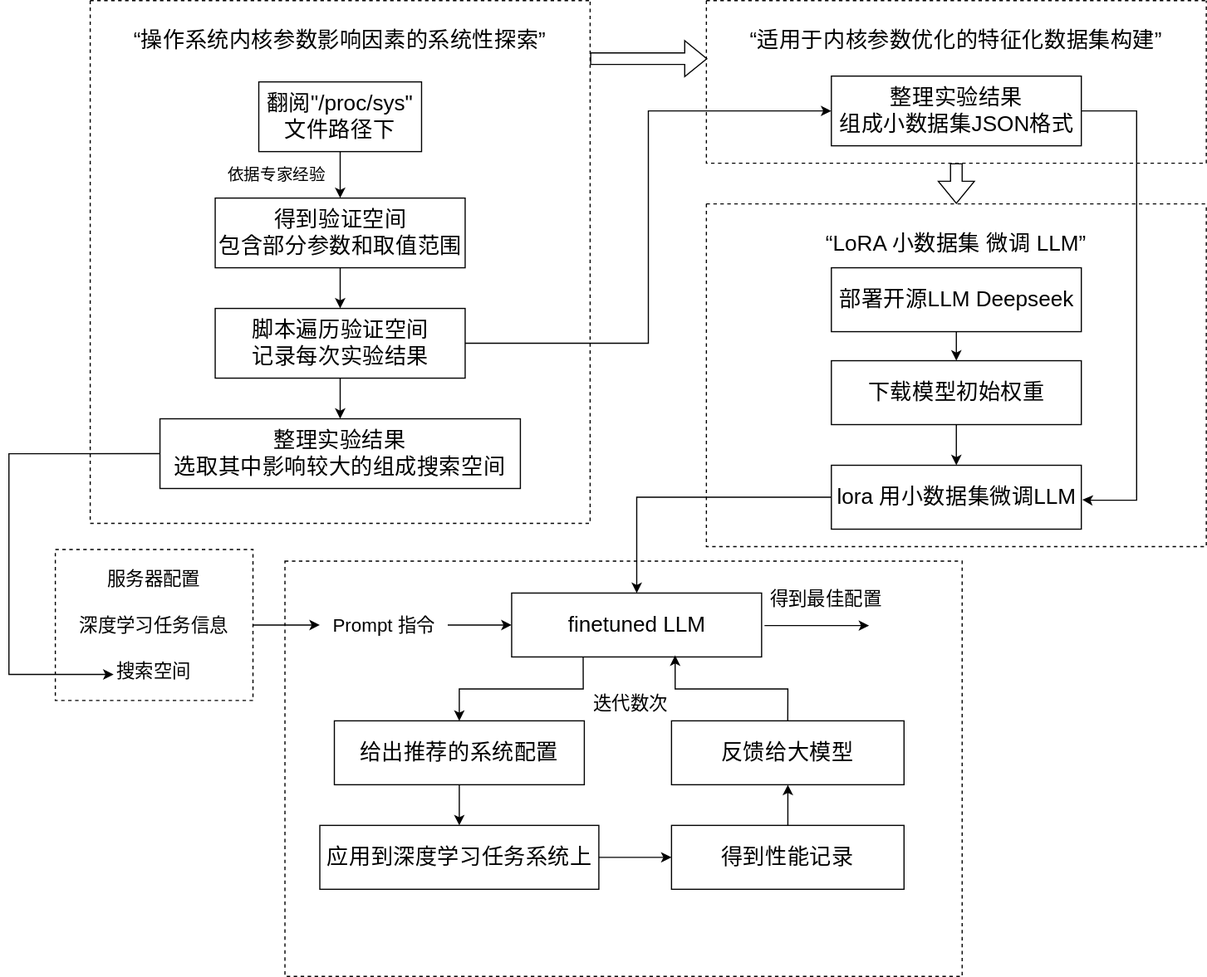
Before: Lora.svg, a diagram exported from draw.io (Dong-J93/_pictures). Source tidied: cells renumbered, new cells last; positions are measured from the earlier drawing's top-left corner, leaving out a move shared by most shapes.
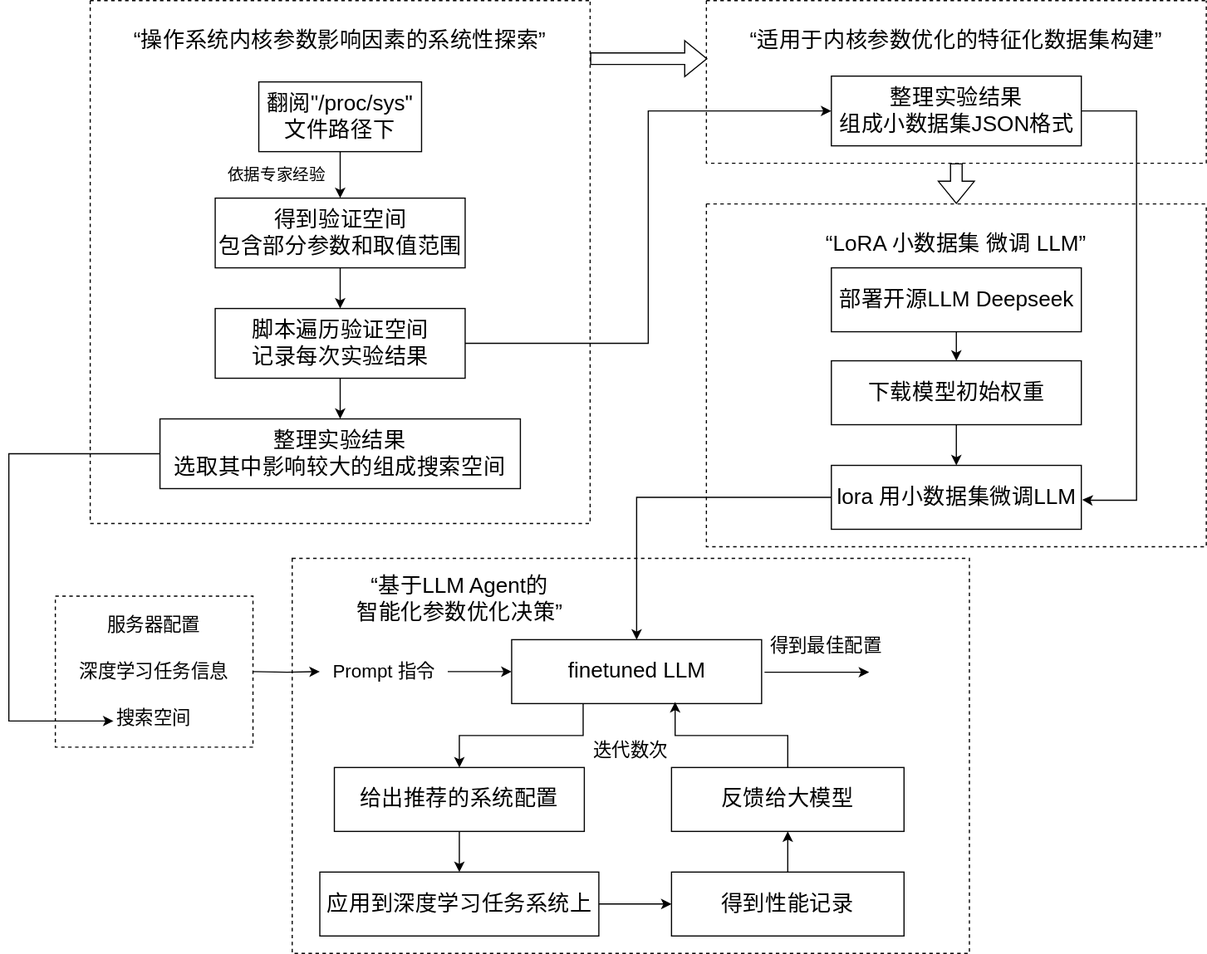
The same file after the commit.

Change to the diagram source:
```diff
@@ -2,14 +2,19 @@
   <root>
     <mxCell id="0" />
     <mxCell id="1" parent="0" />
+    <mxCell id="48" style="rounded=0;whiteSpace=wrap;html=1;fillColor=none;dashed=1;" parent="1" vertex="1">
+      <mxGeometry x="243.8" y="440" width="582.5" height="340" as="geometry" />
+    </mxCell>
-    <mxCell id="2" style="edgeStyle=orthogonalEdgeStyle;rounded=0;jettySize=auto;html=1;" parent="1" edge="1" source="3" target="32">
-      <mxGeometry relative="1" as="geometry" />
+    <mxCell id="2" style="edgeStyle=orthogonalEdgeStyle;rounded=0;jettySize=auto;html=1;" parent="1" edge="1" target="32">
+      <mxGeometry relative="1" as="geometry">
+        <mxPoint x="210" y="537.5" as="sourcePoint" />
+      </mxGeometry>
     </mxCell>
     <mxCell id="3" style="rounded=0;whiteSpace=wrap;html=1;fillColor=none;dashed=1;" parent="1" vertex="1">
       <mxGeometry x="40" y="472.5" width="170" height="130" as="geometry" />
     </mxCell>
     <mxCell id="4" style="swimlane;startSize=0;dashed=1;" parent="1" vertex="1">
-      <mxGeometry x="70" width="430" height="450" as="geometry" />
+      <mxGeometry x="70" y="-40" width="430" height="450" as="geometry" />
     </mxCell>
     <mxCell id="5" style="edgeStyle=orthogonalEdgeStyle;rounded=0;jettySize=auto;html=1;" parent="4" edge="1" source="6" target="9">
       <mxGeometry relative="1" as="geometry" />
@@ -39,7 +44,7 @@
       <mxGeometry x="107.5" y="265" width="215" height="60" as="geometry" />
     </mxCell>
     <mxCell id="14" style="swimlane;startSize=0;dashed=1;" parent="1" vertex="1">
-      <mxGeometry x="600" width="430" height="140" as="geometry" />
+      <mxGeometry x="600" y="-40" width="430" height="140" as="geometry" />
     </mxCell>
     <mxCell id="15" value="&lt;span style=&quot;font-size: 18.6667px;&quot;&gt;整理实验结果&lt;/span&gt;&lt;div&gt;&lt;span style=&quot;font-size: 18.6667px;&quot;&gt;组成小数据集JSON格式&lt;/span&gt;&lt;/div&gt;" style="rounded=0;whiteSpace=wrap;html=1;" parent="14" vertex="1">
       <mxGeometry x="107.5" y="65" width="215" height="60" as="geometry" />
@@ -49,15 +54,15 @@
     </mxCell>
     <mxCell id="17" style="shape=flexArrow;endArrow=classic;html=1;rounded=0;entryX=0.01;entryY=0.483;entryDx=0;entryDy=0;entryPerimeter=0;exitX=1.008;exitY=0.483;exitDx=0;exitDy=0;exitPerimeter=0;" parent="1" edge="1">
       <mxGeometry relative="1" as="geometry">
-        <mxPoint x="500" y="50" as="sourcePoint" />
-        <mxPoint x="600.9" y="50" as="targetPoint" />
+        <mxPoint x="500" y="10" as="sourcePoint" />
+        <mxPoint x="600.9" y="10" as="targetPoint" />
       </mxGeometry>
     </mxCell>
     <mxCell id="18" style="edgeStyle=orthogonalEdgeStyle;rounded=0;jettySize=auto;html=1;exitX=1;exitY=0.5;exitDx=0;exitDy=0;entryX=0;entryY=0.5;entryDx=0;entryDy=0;" parent="1" edge="1" source="13" target="15">
       <mxGeometry relative="1" as="geometry" />
     </mxCell>
     <mxCell id="19" style="swimlane;startSize=0;dashed=1;" parent="1" vertex="1">
-      <mxGeometry x="600" y="175" width="430" height="295" as="geometry" />
+      <mxGeometry x="600" y="135" width="430" height="295" as="geometry" />
     </mxCell>
     <mxCell id="20" style="edgeStyle=orthogonalEdgeStyle;rounded=0;jettySize=auto;html=1;" parent="19" edge="1" source="21" target="24">
       <mxGeometry relative="1" as="geometry" />
@@ -83,9 +88,9 @@
     <mxCell id="27" style="edgeStyle=orthogonalEdgeStyle;rounded=0;jettySize=auto;html=1;exitX=1;exitY=0.5;exitDx=0;exitDy=0;entryX=1.004;entryY=0.538;entryDx=0;entryDy=0;entryPerimeter=0;" parent="1" edge="1" source="15" target="25">
       <mxGeometry relative="1" as="geometry">
         <Array as="points">
-          <mxPoint x="970" y="95" />
-          <mxPoint x="970" y="430" />
-          <mxPoint x="930" y="430" />
+          <mxPoint x="970" y="55" />
+          <mxPoint x="970" y="390" />
+          <mxPoint x="930" y="390" />
         </Array>
       </mxGeometry>
     </mxCell>
@@ -153,14 +158,14 @@
       <mxGeometry relative="1" as="geometry">
         <mxPoint x="90" y="580" as="targetPoint" />
         <Array as="points">
-          <mxPoint y="390" />
+          <mxPoint y="350" />
           <mxPoint y="580" />
           <mxPoint x="90" y="580" />
         </Array>
       </mxGeometry>
     </mxCell>
-    <mxCell id="48" style="rounded=0;whiteSpace=wrap;html=1;fillColor=none;dashed=1;" parent="1" vertex="1">
-      <mxGeometry x="237.5" y="482.5" width="582.5" height="357.5" as="geometry" />
-    </mxCell>
+    <mxCell id="49" value="&lt;font face=&quot;Helvetica&quot;&gt;&lt;span style=&quot;font-size: 18.6667px;&quot;&gt;“&lt;/span&gt;&lt;span style=&quot;font-size:14.0pt;mso-bidi-font-size:12.0pt;&lt;br/&gt;font-family:宋体;mso-ascii-font-family:&amp;quot;Times New Roman&amp;quot;;mso-hansi-font-family:&lt;br/&gt;&amp;quot;Times New Roman&amp;quot;;mso-bidi-font-family:&amp;quot;Times New Roman&amp;quot;;mso-ansi-language:&lt;br/&gt;EN-US;mso-fareast-language:ZH-CN;mso-bidi-language:AR-SA;mso-bidi-font-weight:&lt;br/&gt;bold&quot;&gt;基于&lt;/span&gt;&lt;span style=&quot;font-size: 14pt;&quot; lang=&quot;EN-US&quot;&gt;LLM Agent&lt;/span&gt;&lt;span style=&quot;font-size: 14pt;&quot;&gt;的&lt;/span&gt;&lt;/font&gt;&lt;div&gt;&lt;font face=&quot;Helvetica&quot;&gt;&lt;span style=&quot;font-size: 14pt;&quot;&gt;智能化参数优化决策&lt;/span&gt;&lt;span style=&quot;font-size: 18.6667px;&quot;&gt;”&lt;/span&gt;&lt;/font&gt;&lt;/div&gt;" style="text;html=1;align=center;verticalAlign=middle;whiteSpace=wrap;rounded=0;" parent="1" vertex="1">
+      <mxGeometry x="192.5" y="460" width="390" height="30" as="geometry" />
+    </mxCell>
   </root>
 </mxGraphModel>
```
